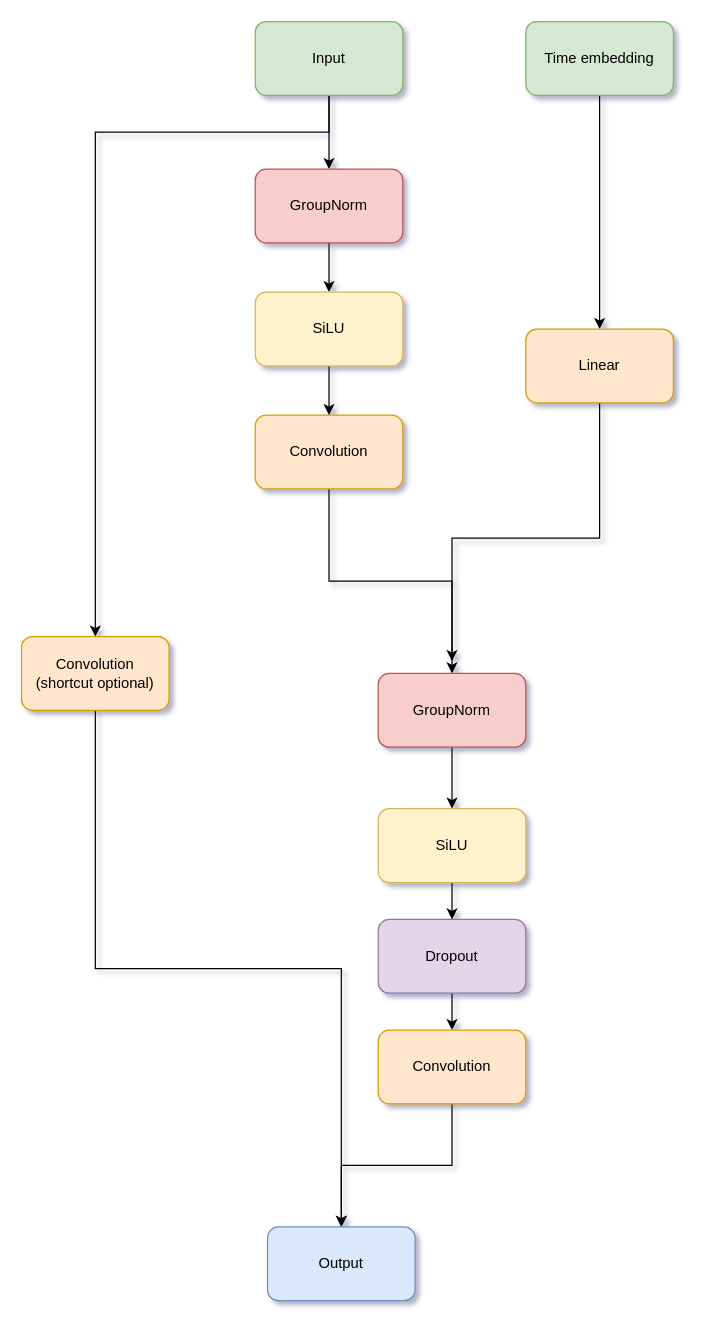
The draw.io diagram pdf/diagrams/ResnetBlock.drawio in kaamka/diffusion-ct, before the edit. Source tidied: cells renumbered, new cells numbered last; positions are measured from the earlier drawing's top-left corner, leaving out a move shared by most shapes. Both pictures are drawn from the tidied source at 123%, with x=0, y=0 at pixel (21, 21).
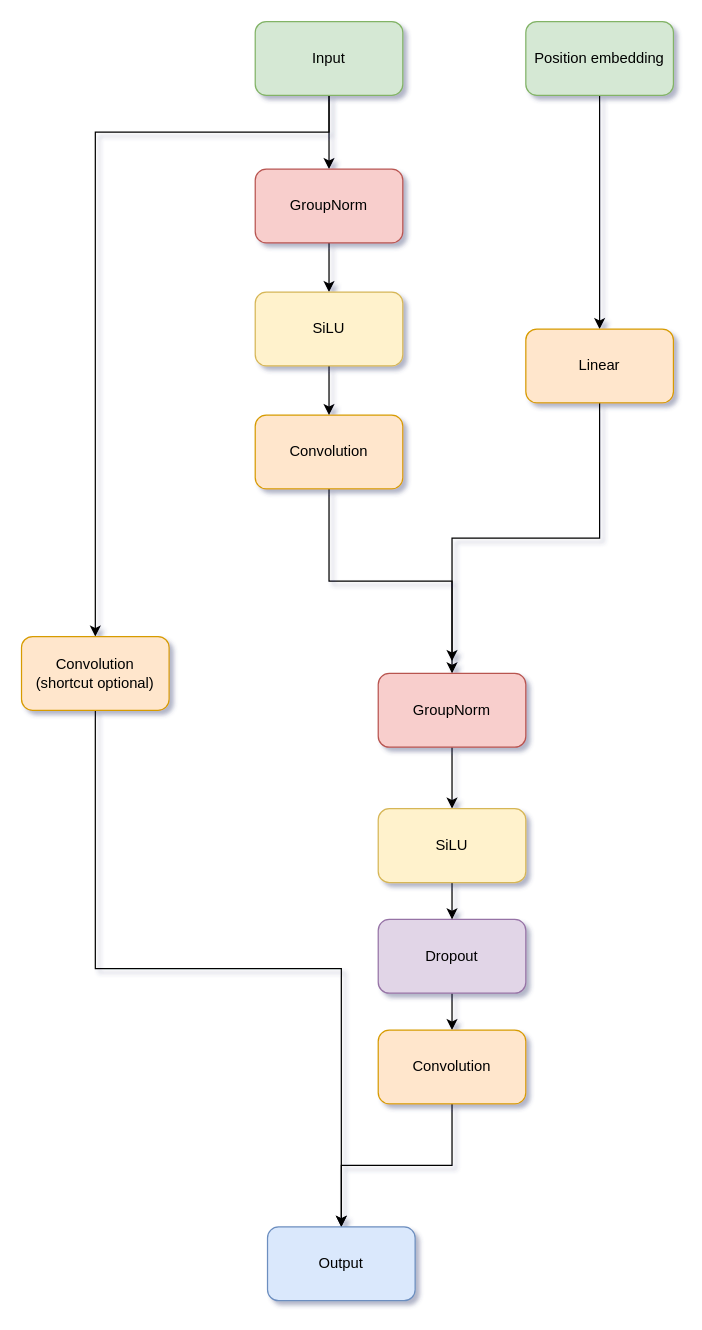
The same diagram, later.

Commit message (it also covers changes not shown here):
position embedding

What changed in the source:
```diff
@@
-    <mxCell id="8" value="Time embedding" style="rounded=1;whiteSpace=wrap;html=1;fillColor=#d5e8d4;strokeColor=#82b366;" parent="1" vertex="1">
+    <mxCell id="8" value="Position embedding" style="rounded=1;whiteSpace=wrap;html=1;fillColor=#d5e8d4;strokeColor=#82b366;" parent="1" vertex="1">
       <mxGeometry x="410" width="120" height="60" as="geometry" />
     </mxCell>
```
